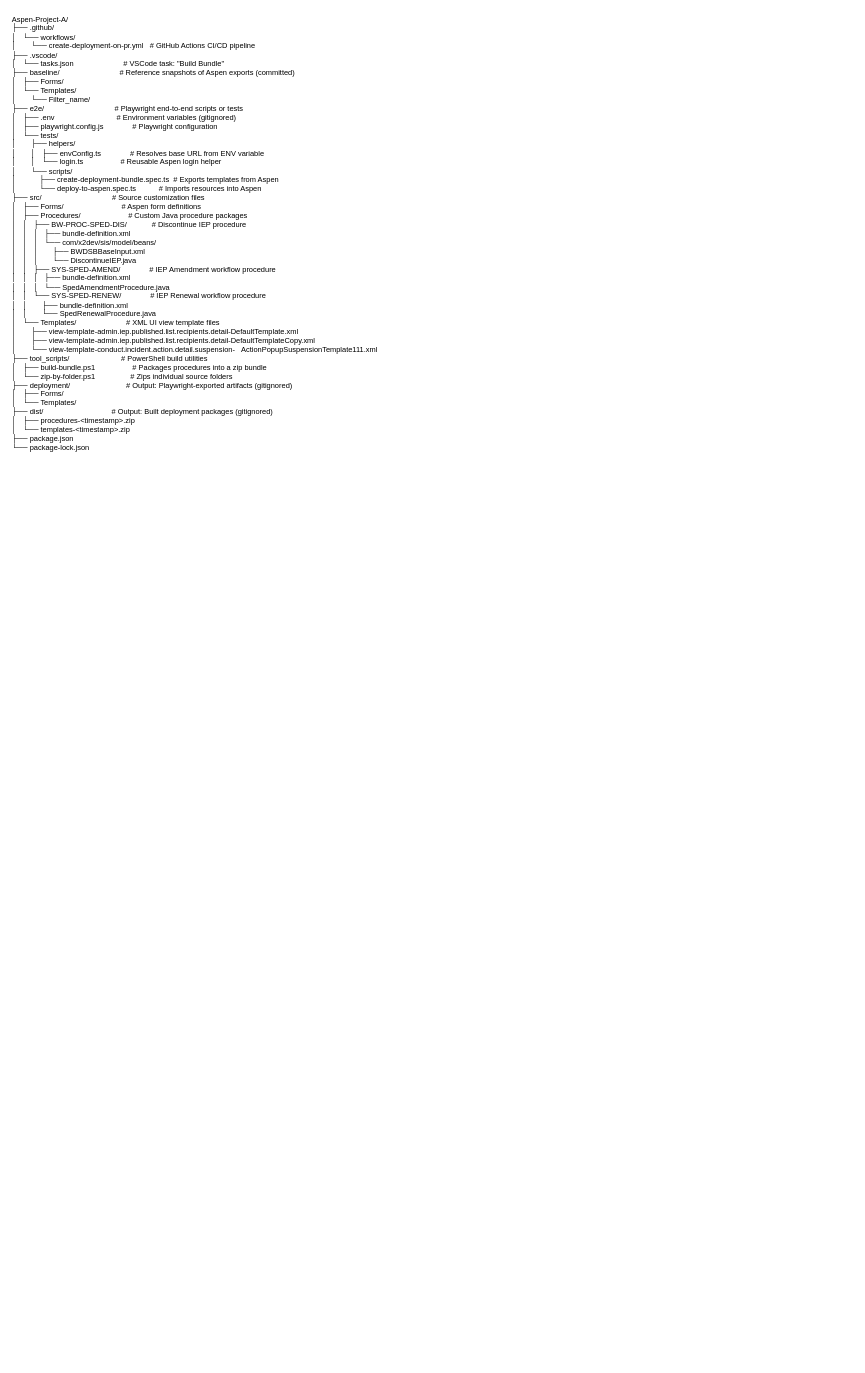
Earlier version of the draw.io diagram Aspen_Development_Workflow.drawio (liulinradio/liulinradio). Source tidied: cells renumbered, new cells numbered last; positions are measured from the earlier drawing's top-left corner, leaving out a move shared by most shapes. Both pictures are drawn from the tidied source at 62%, with x=0, y=0 at pixel (11, 11).
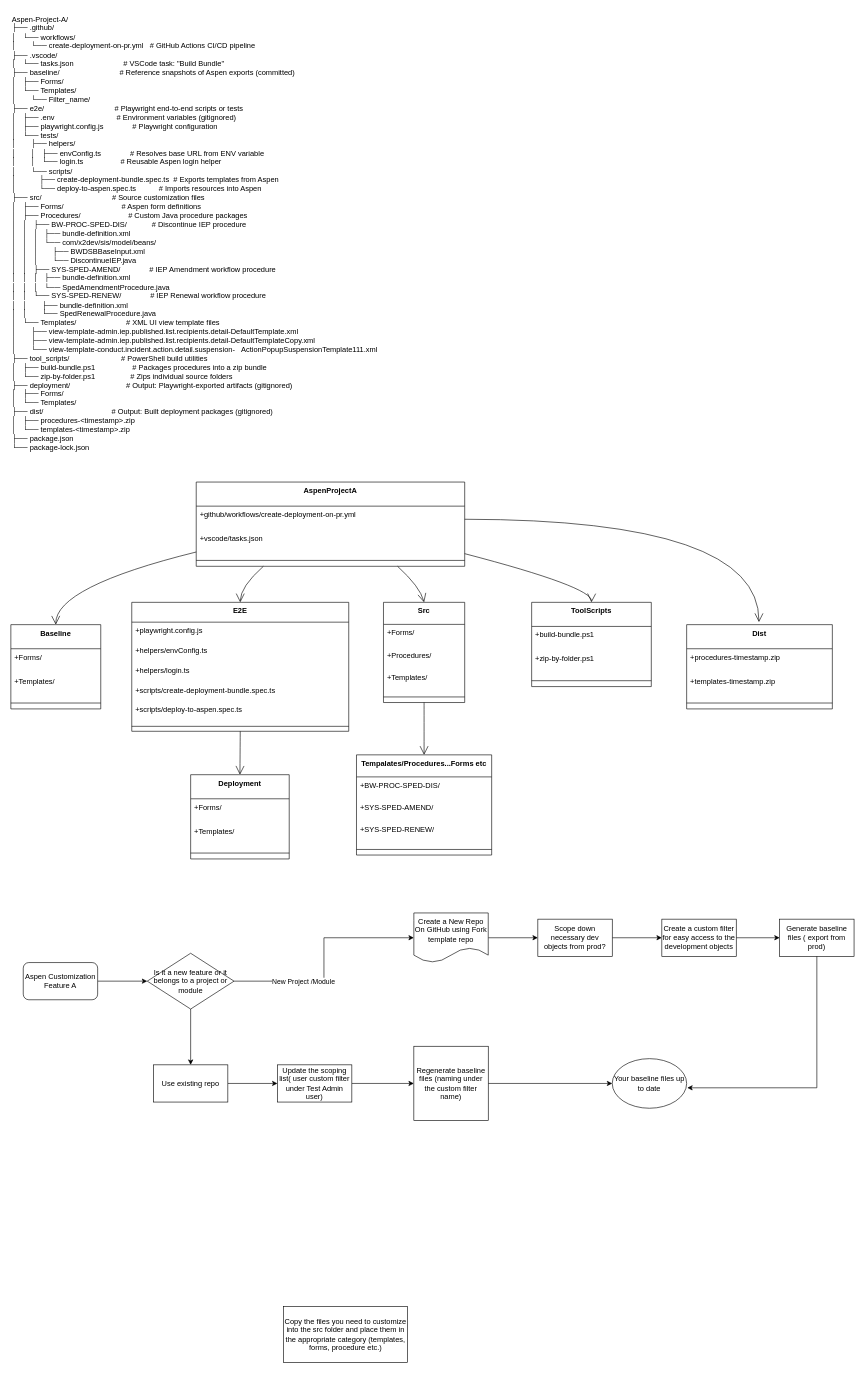
The same page after the edit.

The edit, as a diff of the source:
```diff
@@
+    <mxCell id="3" value="AspenProjectA" style="swimlane;fontStyle=1;align=center;verticalAlign=top;horizontal=1;startSize=38.857142857142854;" parent="1" vertex="1">
+      <mxGeometry x="299" y="760" width="433" height="135.9" as="geometry" />
+    </mxCell>
+    <mxCell id="4" value="+github/workflows/create-deployment-on-pr.yml" style="text;strokeColor=none;fillColor=none;align=left;verticalAlign=top;spacingLeft=4;spacingRight=4;overflow=hidden;" parent="3" vertex="1">
+      <mxGeometry y="38.9" width="433" height="39" as="geometry" />
+    </mxCell>
+    <mxCell id="5" value="+vscode/tasks.json" style="text;strokeColor=none;fillColor=none;align=left;verticalAlign=top;spacingLeft=4;spacingRight=4;overflow=hidden;" parent="3" vertex="1">
+      <mxGeometry y="77.9" width="433" height="39" as="geometry" />
+    </mxCell>
+    <mxCell id="6" style="line;strokeWidth=1;fillColor=none;align=left;verticalAlign=middle;spacingTop=-1;spacingLeft=3;spacingRight=3;labelPosition=right;strokeColor=inherit;" parent="3" vertex="1">
+      <mxGeometry y="116.9" width="433" height="19" as="geometry" />
+    </mxCell>
+    <mxCell id="7" value="Baseline" style="swimlane;fontStyle=1;align=center;verticalAlign=top;horizontal=1;startSize=38.857142857142854;" parent="1" vertex="1">
+      <mxGeometry y="990" width="145" height="135.9" as="geometry" />
+    </mxCell>
+    <mxCell id="8" value="+Forms/" style="text;strokeColor=none;fillColor=none;align=left;verticalAlign=top;spacingLeft=4;spacingRight=4;overflow=hidden;" parent="7" vertex="1">
+      <mxGeometry y="38.9" width="145" height="39" as="geometry" />
+    </mxCell>
+    <mxCell id="9" value="+Templates/" style="text;strokeColor=none;fillColor=none;align=left;verticalAlign=top;spacingLeft=4;spacingRight=4;overflow=hidden;" parent="7" vertex="1">
+      <mxGeometry y="77.9" width="145" height="39" as="geometry" />
+    </mxCell>
+    <mxCell id="10" style="line;strokeWidth=1;fillColor=none;align=left;verticalAlign=middle;spacingTop=-1;spacingLeft=3;spacingRight=3;labelPosition=right;strokeColor=inherit;" parent="7" vertex="1">
+      <mxGeometry y="116.9" width="145" height="19" as="geometry" />
+    </mxCell>
+    <mxCell id="11" value="E2E" style="swimlane;fontStyle=1;align=center;verticalAlign=top;horizontal=1;startSize=32;" parent="1" vertex="1">
+      <mxGeometry x="195" y="954" width="350" height="208" as="geometry" />
+    </mxCell>
+    <mxCell id="12" value="+playwright.config.js" style="text;strokeColor=none;fillColor=none;align=left;verticalAlign=top;spacingLeft=4;spacingRight=4;overflow=hidden;" parent="11" vertex="1">
+      <mxGeometry y="32" width="350" height="32" as="geometry" />
+    </mxCell>
+    <mxCell id="13" value="+helpers/envConfig.ts" style="text;strokeColor=none;fillColor=none;align=left;verticalAlign=top;spacingLeft=4;spacingRight=4;overflow=hidden;" parent="11" vertex="1">
+      <mxGeometry y="64" width="350" height="32" as="geometry" />
+    </mxCell>
+    <mxCell id="14" value="+helpers/login.ts" style="text;strokeColor=none;fillColor=none;align=left;verticalAlign=top;spacingLeft=4;spacingRight=4;overflow=hidden;" parent="11" vertex="1">
+      <mxGeometry y="96" width="350" height="32" as="geometry" />
+    </mxCell>
+    <mxCell id="15" value="+scripts/create-deployment-bundle.spec.ts" style="text;strokeColor=none;fillColor=none;align=left;verticalAlign=top;spacingLeft=4;spacingRight=4;overflow=hidden;" parent="11" vertex="1">
+      <mxGeometry y="128" width="350" height="32" as="geometry" />
+    </mxCell>
+    <mxCell id="16" value="+scripts/deploy-to-aspen.spec.ts" style="text;strokeColor=none;fillColor=none;align=left;verticalAlign=top;spacingLeft=4;spacingRight=4;overflow=hidden;" parent="11" vertex="1">
+      <mxGeometry y="160" width="350" height="32" as="geometry" />
+    </mxCell>
+    <mxCell id="17" style="line;strokeWidth=1;fillColor=none;align=left;verticalAlign=middle;spacingTop=-1;spacingLeft=3;spacingRight=3;labelPosition=right;strokeColor=inherit;" parent="11" vertex="1">
+      <mxGeometry y="192" width="350" height="16" as="geometry" />
+    </mxCell>
+    <mxCell id="18" value="Src" style="swimlane;fontStyle=1;align=center;verticalAlign=top;horizontal=1;startSize=35.55555555555556;" parent="1" vertex="1">
+      <mxGeometry x="601" y="954" width="131" height="161.6" as="geometry" />
+    </mxCell>
+    <mxCell id="19" value="+Forms/" style="text;strokeColor=none;fillColor=none;align=left;verticalAlign=top;spacingLeft=4;spacingRight=4;overflow=hidden;" parent="18" vertex="1">
+      <mxGeometry y="35.6" width="131" height="36" as="geometry" />
+    </mxCell>
+    <mxCell id="20" value="+Procedures/" style="text;strokeColor=none;fillColor=none;align=left;verticalAlign=top;spacingLeft=4;spacingRight=4;overflow=hidden;" parent="18" vertex="1">
+      <mxGeometry y="71.6" width="131" height="36" as="geometry" />
+    </mxCell>
+    <mxCell id="21" value="+Templates/" style="text;strokeColor=none;fillColor=none;align=left;verticalAlign=top;spacingLeft=4;spacingRight=4;overflow=hidden;" parent="18" vertex="1">
+      <mxGeometry y="107.6" width="131" height="36" as="geometry" />
+    </mxCell>
+    <mxCell id="22" style="line;strokeWidth=1;fillColor=none;align=left;verticalAlign=middle;spacingTop=-1;spacingLeft=3;spacingRight=3;labelPosition=right;strokeColor=inherit;" parent="18" vertex="1">
+      <mxGeometry y="143.6" width="131" height="18" as="geometry" />
+    </mxCell>
+    <mxCell id="23" value="Tempalates/Procedures...Forms etc" style="swimlane;fontStyle=1;align=center;verticalAlign=top;horizontal=1;startSize=35.55555555555556;" parent="1" vertex="1">
+      <mxGeometry x="557.5" y="1200" width="218" height="161.6" as="geometry" />
+    </mxCell>
+    <mxCell id="24" value="+BW-PROC-SPED-DIS/" style="text;strokeColor=none;fillColor=none;align=left;verticalAlign=top;spacingLeft=4;spacingRight=4;overflow=hidden;" parent="23" vertex="1">
+      <mxGeometry y="35.6" width="218" height="36" as="geometry" />
+    </mxCell>
+    <mxCell id="25" value="+SYS-SPED-AMEND/" style="text;strokeColor=none;fillColor=none;align=left;verticalAlign=top;spacingLeft=4;spacingRight=4;overflow=hidden;" parent="23" vertex="1">
+      <mxGeometry y="71.6" width="218" height="36" as="geometry" />
+    </mxCell>
+    <mxCell id="26" value="+SYS-SPED-RENEW/" style="text;strokeColor=none;fillColor=none;align=left;verticalAlign=top;spacingLeft=4;spacingRight=4;overflow=hidden;" parent="23" vertex="1">
+      <mxGeometry y="107.6" width="218" height="36" as="geometry" />
+    </mxCell>
+    <mxCell id="27" style="line;strokeWidth=1;fillColor=none;align=left;verticalAlign=middle;spacingTop=-1;spacingLeft=3;spacingRight=3;labelPosition=right;strokeColor=inherit;" parent="23" vertex="1">
+      <mxGeometry y="143.6" width="218" height="18" as="geometry" />
+    </mxCell>
+    <mxCell id="28" value="ToolScripts" style="swimlane;fontStyle=1;align=center;verticalAlign=top;horizontal=1;startSize=38.857142857142854;" parent="1" vertex="1">
+      <mxGeometry x="840" y="954" width="193" height="135.9" as="geometry" />
+    </mxCell>
+    <mxCell id="29" value="+build-bundle.ps1" style="text;strokeColor=none;fillColor=none;align=left;verticalAlign=top;spacingLeft=4;spacingRight=4;overflow=hidden;" parent="28" vertex="1">
+      <mxGeometry y="38.9" width="193" height="39" as="geometry" />
+    </mxCell>
+    <mxCell id="30" value="+zip-by-folder.ps1" style="text;strokeColor=none;fillColor=none;align=left;verticalAlign=top;spacingLeft=4;spacingRight=4;overflow=hidden;" parent="28" vertex="1">
+      <mxGeometry y="77.9" width="193" height="39" as="geometry" />
+    </mxCell>
+    <mxCell id="31" style="line;strokeWidth=1;fillColor=none;align=left;verticalAlign=middle;spacingTop=-1;spacingLeft=3;spacingRight=3;labelPosition=right;strokeColor=inherit;" parent="28" vertex="1">
+      <mxGeometry y="116.9" width="193" height="19" as="geometry" />
+    </mxCell>
+    <mxCell id="32" value="Deployment" style="swimlane;fontStyle=1;align=center;verticalAlign=top;horizontal=1;startSize=38.857142857142854;" parent="1" vertex="1">
+      <mxGeometry x="290" y="1232" width="159" height="135.9" as="geometry" />
+    </mxCell>
+    <mxCell id="33" value="+Forms/" style="text;strokeColor=none;fillColor=none;align=left;verticalAlign=top;spacingLeft=4;spacingRight=4;overflow=hidden;" parent="32" vertex="1">
+      <mxGeometry y="38.9" width="159" height="39" as="geometry" />
+    </mxCell>
+    <mxCell id="34" value="+Templates/" style="text;strokeColor=none;fillColor=none;align=left;verticalAlign=top;spacingLeft=4;spacingRight=4;overflow=hidden;" parent="32" vertex="1">
+      <mxGeometry y="77.9" width="159" height="39" as="geometry" />
+    </mxCell>
+    <mxCell id="35" style="line;strokeWidth=1;fillColor=none;align=left;verticalAlign=middle;spacingTop=-1;spacingLeft=3;spacingRight=3;labelPosition=right;strokeColor=inherit;" parent="32" vertex="1">
+      <mxGeometry y="116.9" width="159" height="19" as="geometry" />
+    </mxCell>
+    <mxCell id="36" value="Dist" style="swimlane;fontStyle=1;align=center;verticalAlign=top;horizontal=1;startSize=38.857142857142854;" parent="1" vertex="1">
+      <mxGeometry x="1090" y="990" width="235" height="135.9" as="geometry" />
+    </mxCell>
+    <mxCell id="37" value="+procedures-timestamp.zip" style="text;strokeColor=none;fillColor=none;align=left;verticalAlign=top;spacingLeft=4;spacingRight=4;overflow=hidden;" parent="36" vertex="1">
+      <mxGeometry y="38.9" width="235" height="39" as="geometry" />
+    </mxCell>
+    <mxCell id="38" value="+templates-timestamp.zip" style="text;strokeColor=none;fillColor=none;align=left;verticalAlign=top;spacingLeft=4;spacingRight=4;overflow=hidden;" parent="36" vertex="1">
+      <mxGeometry y="77.9" width="235" height="39" as="geometry" />
+    </mxCell>
+    <mxCell id="39" style="line;strokeWidth=1;fillColor=none;align=left;verticalAlign=middle;spacingTop=-1;spacingLeft=3;spacingRight=3;labelPosition=right;strokeColor=inherit;" parent="36" vertex="1">
+      <mxGeometry y="116.9" width="235" height="19" as="geometry" />
+    </mxCell>
+    <mxCell id="40" style="curved=1;startArrow=none;endArrow=open;endSize=12;exitX=0;exitY=0.83;entryX=0.5;entryY=0;rounded=0;" parent="1" edge="1" source="3" target="7">
+      <mxGeometry relative="1" as="geometry">
+        <Array as="points">
+          <mxPoint x="72" y="929" />
+        </Array>
+      </mxGeometry>
+    </mxCell>
+    <mxCell id="41" style="curved=1;startArrow=none;endArrow=open;endSize=12;exitX=0.25;exitY=1;entryX=0.5;entryY=0;rounded=0;" parent="1" edge="1" source="3" target="11">
+      <mxGeometry relative="1" as="geometry">
+        <Array as="points">
+          <mxPoint x="370" y="929" />
+        </Array>
+      </mxGeometry>
+    </mxCell>
+    <mxCell id="42" style="curved=1;startArrow=none;endArrow=open;endSize=12;exitX=0.75;exitY=1;entryX=0.5;entryY=0;rounded=0;" parent="1" edge="1" source="3" target="18">
+      <mxGeometry relative="1" as="geometry">
+        <Array as="points">
+          <mxPoint x="660" y="929" />
+        </Array>
+      </mxGeometry>
+    </mxCell>
+    <mxCell id="43" style="curved=1;startArrow=none;endArrow=open;endSize=12;exitX=1;exitY=0.85;entryX=0.5;entryY=0;rounded=0;" parent="1" edge="1" source="3" target="28">
+      <mxGeometry relative="1" as="geometry">
+        <Array as="points">
+          <mxPoint x="937" y="929" />
+        </Array>
+      </mxGeometry>
+    </mxCell>
+    <mxCell id="44" style="curved=1;startArrow=none;endArrow=open;endSize=12;exitX=0.5;exitY=1;entryX=0.5;entryY=0;rounded=0;" parent="1" edge="1" source="18" target="23">
+      <mxGeometry relative="1" as="geometry" />
+    </mxCell>
+    <mxCell id="45" style="startArrow=none;endArrow=open;endSize=12;exitX=1.002;exitY=0.67;entryX=0.5;entryY=0;rounded=0;exitDx=0;exitDy=0;exitPerimeter=0;edgeStyle=orthogonalEdgeStyle;curved=1;" parent="1" edge="1">
+      <mxGeometry relative="1" as="geometry">
+        <mxPoint x="732" y="820" as="sourcePoint" />
+        <mxPoint x="1206.6" y="985.9" as="targetPoint" />
+      </mxGeometry>
+    </mxCell>
+    <mxCell id="46" style="curved=1;startArrow=none;endArrow=open;endSize=12;exitX=0.5;exitY=1;entryX=0.5;entryY=0;rounded=0;" parent="1" edge="1" source="11" target="32">
+      <mxGeometry relative="1" as="geometry" />
+    </mxCell>
+    <mxCell id="47" style="edgeStyle=orthogonalEdgeStyle;rounded=0;jettySize=auto;html=1;exitX=1;exitY=0.5;exitDx=0;exitDy=0;entryX=0;entryY=0.5;entryDx=0;entryDy=0;" parent="1" edge="1" source="48" target="52">
+      <mxGeometry relative="1" as="geometry" />
+    </mxCell>
+    <mxCell id="48" value="Aspen Customization Feature A" style="rounded=1;whiteSpace=wrap;html=1;" parent="1" vertex="1">
+      <mxGeometry x="20" y="1535" width="120" height="60" as="geometry" />
+    </mxCell>
+    <mxCell id="49" style="edgeStyle=orthogonalEdgeStyle;rounded=0;jettySize=auto;html=1;exitX=1;exitY=0.5;exitDx=0;exitDy=0;" parent="1" edge="1" source="52" target="54">
+      <mxGeometry relative="1" as="geometry" />
+    </mxCell>
+    <mxCell id="50" value="New Project /Module" style="edgeLabel;html=1;align=center;verticalAlign=middle;" parent="49" vertex="1">
+      <mxGeometry x="-0.63" y="3" relative="1" as="geometry">
+        <mxPoint x="44" y="3" as="offset" />
+      </mxGeometry>
+    </mxCell>
+    <mxCell id="51" style="edgeStyle=orthogonalEdgeStyle;rounded=0;jettySize=auto;html=1;" parent="1" edge="1" source="52" target="56">
+      <mxGeometry relative="1" as="geometry" />
+    </mxCell>
+    <mxCell id="52" value="Is it a new feature or it belongs to a project or module" style="rhombus;whiteSpace=wrap;html=1;" parent="1" vertex="1">
+      <mxGeometry x="220" y="1520" width="140" height="90" as="geometry" />
+    </mxCell>
+    <mxCell id="53" style="edgeStyle=orthogonalEdgeStyle;rounded=0;jettySize=auto;html=1;" parent="1" edge="1" source="54" target="58">
+      <mxGeometry relative="1" as="geometry" />
+    </mxCell>
+    <mxCell id="54" value="Create a New Repo On GitHub using Fork template repo" style="shape=document;whiteSpace=wrap;html=1;boundedLbl=1;" parent="1" vertex="1">
+      <mxGeometry x="650" y="1455" width="120" height="80" as="geometry" />
+    </mxCell>
+    <mxCell id="55" style="edgeStyle=orthogonalEdgeStyle;rounded=0;jettySize=auto;html=1;" parent="1" edge="1" source="56" target="62">
+      <mxGeometry relative="1" as="geometry" />
+    </mxCell>
+    <mxCell id="56" value="Use existing repo" style="rounded=0;whiteSpace=wrap;html=1;" parent="1" vertex="1">
+      <mxGeometry x="230" y="1700" width="120" height="60" as="geometry" />
+    </mxCell>
+    <mxCell id="57" style="edgeStyle=orthogonalEdgeStyle;rounded=0;jettySize=auto;html=1;" parent="1" edge="1" source="58" target="60">
+      <mxGeometry relative="1" as="geometry" />
+    </mxCell>
+    <mxCell id="58" value="Scope down necessary dev objects from prod?" style="whiteSpace=wrap;html=1;" parent="1" vertex="1">
+      <mxGeometry x="850" y="1465" width="120" height="60" as="geometry" />
+    </mxCell>
+    <mxCell id="59" style="edgeStyle=orthogonalEdgeStyle;rounded=0;jettySize=auto;html=1;" parent="1" edge="1" source="60" target="63">
+      <mxGeometry relative="1" as="geometry" />
+    </mxCell>
+    <mxCell id="60" value="Create a custom filter for easy access to the development objects" style="whiteSpace=wrap;html=1;" parent="1" vertex="1">
+      <mxGeometry x="1050" y="1465" width="120" height="60" as="geometry" />
+    </mxCell>
+    <mxCell id="61" style="edgeStyle=orthogonalEdgeStyle;rounded=0;jettySize=auto;html=1;" parent="1" edge="1" source="62" target="65">
+      <mxGeometry relative="1" as="geometry" />
+    </mxCell>
+    <mxCell id="62" value="Update the scoping list( user custom filter under Test Admin user)" style="whiteSpace=wrap;html=1;rounded=0;" parent="1" vertex="1">
+      <mxGeometry x="430" y="1700" width="120" height="60" as="geometry" />
+    </mxCell>
+    <mxCell id="63" value="Generate baseline files ( export from prod)" style="rounded=0;whiteSpace=wrap;html=1;" parent="1" vertex="1">
+      <mxGeometry x="1240" y="1465" width="120" height="60" as="geometry" />
+    </mxCell>
+    <mxCell id="64" style="edgeStyle=orthogonalEdgeStyle;rounded=0;jettySize=auto;html=1;entryX=0;entryY=0.5;entryDx=0;entryDy=0;" parent="1" edge="1" source="65" target="66">
+      <mxGeometry relative="1" as="geometry" />
+    </mxCell>
+    <mxCell id="65" value="Regenerate baseline files (naming under the custom filter name)" style="rounded=0;whiteSpace=wrap;html=1;" parent="1" vertex="1">
+      <mxGeometry x="650" y="1670" width="120" height="120" as="geometry" />
+    </mxCell>
+    <mxCell id="66" value="Your baseline files up to date" style="ellipse;whiteSpace=wrap;html=1;" parent="1" vertex="1">
+      <mxGeometry x="970" y="1690" width="120" height="80" as="geometry" />
+    </mxCell>
+    <mxCell id="67" style="edgeStyle=orthogonalEdgeStyle;rounded=0;jettySize=auto;html=1;exitX=0.5;exitY=1;exitDx=0;exitDy=0;entryX=1.008;entryY=0.588;entryDx=0;entryDy=0;entryPerimeter=0;" parent="1" edge="1" source="63" target="66">
+      <mxGeometry relative="1" as="geometry" />
+    </mxCell>
+    <mxCell id="68" value="Copy the files you need to customize into the src folder and place them in the appropriate category (templates, forms, procedure etc.)" style="rounded=0;whiteSpace=wrap;html=1;" parent="1" vertex="1">
+      <mxGeometry x="440" y="2090" width="200" height="90" as="geometry" />
+    </mxCell>
```
